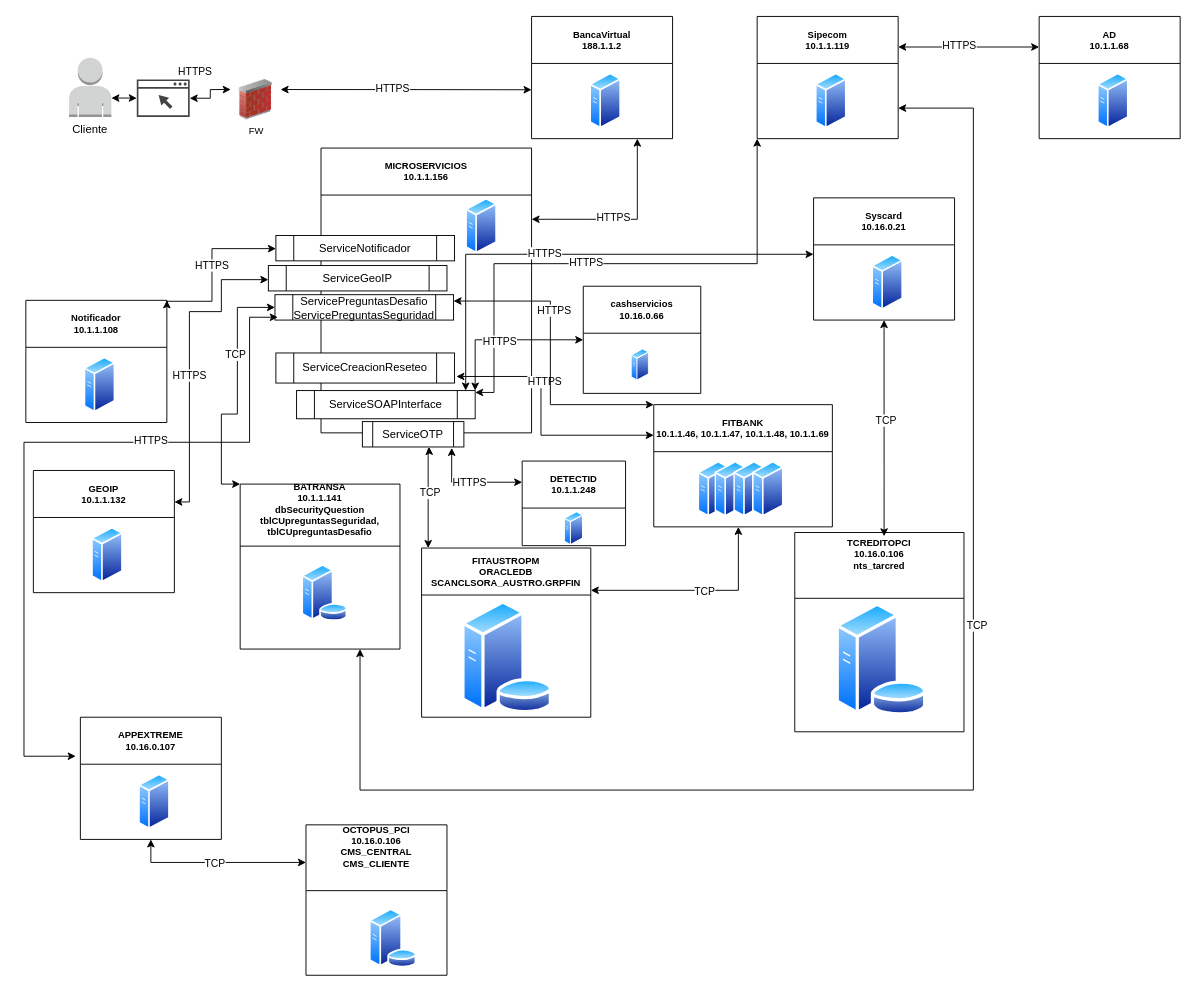
davidguillermofg/Diagrams keeps this draw.io diagram as page "DiagramaDespliegue" (2 of 7) of CreateUsrBVDiagram.drawio. Above is the earlier version. Source tidied: cells renumbered, new cells numbered last; positions are measured from the earlier drawing's top-left corner, leaving out a move shared by most shapes. Both pictures are drawn from the tidied source at 94%, with x=0, y=0 at pixel (24, 16).
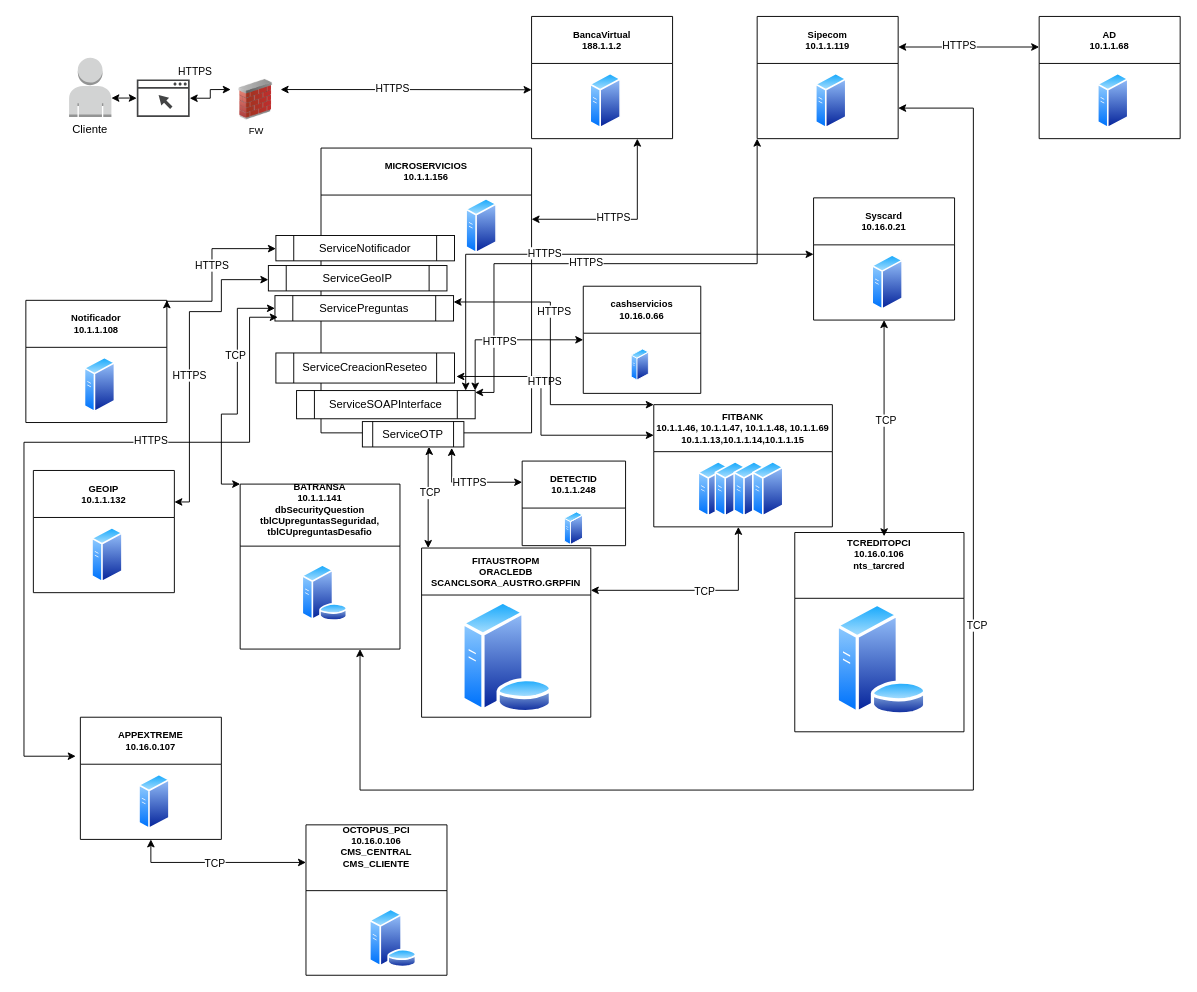
The same page after the edit.

What changed in the source:
```diff
@@
-    <mxCell id="42" value="FITBANK&#10;10.1.1.46, 10.1.1.47, 10.1.1.48, 10.1.1.69" style="swimlane;startSize=50;fontSize=10;" parent="1" vertex="1">
+    <mxCell id="42" value="FITBANK&#10;10.1.1.46, 10.1.1.47, 10.1.1.48, 10.1.1.69&#10;10.1.1.13,10.1.1.14,10.1.1.15" style="swimlane;startSize=50;fontSize=10;" parent="1" vertex="1">
       <mxGeometry x="670" y="413" width="190" height="130" as="geometry" />
     </mxCell>
@@
-    <mxCell id="66" value="ServicePreguntasDesafio&lt;br&gt;ServicePreguntasSeguridad" style="shape=process;whiteSpace=wrap;html=1;backgroundOutline=1;" parent="1" vertex="1">
-      <mxGeometry x="267" y="296" width="190" height="27" as="geometry" />
+    <mxCell id="66" value="ServicePreguntas" style="shape=process;whiteSpace=wrap;html=1;backgroundOutline=1;" parent="1" vertex="1">
+      <mxGeometry x="267" y="297" width="190" height="27" as="geometry" />
     </mxCell>
```
